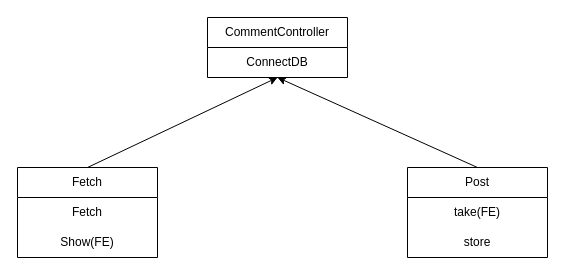
This is CommentController/CommentController.drawio from suppi147/Noteziee, a draw.io file, before an edit. Source tidied: cells renumbered, new cells numbered last; positions are measured from the earlier drawing's top-left corner, leaving out a move shared by most shapes. Both pictures are drawn from the tidied source at 100%, with x=0, y=0 at pixel (17, 17).
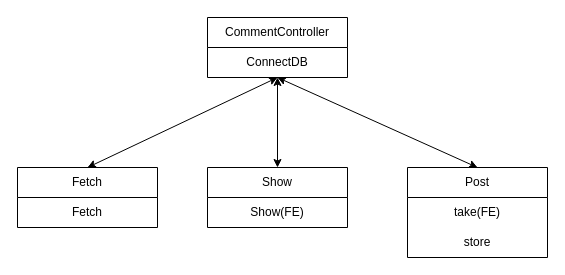
After the change.

Commit message (it also covers changes not shown here):
add show function

The edit, as a diff of the source:
```diff
@@
 <mxGraphModel>
   <root>
     <mxCell id="0" />
     <mxCell id="1" parent="0" />
     <mxCell id="2" value="CommentController" style="swimlane;fontStyle=0;horizontal=1;startSize=30;whiteSpace=wrap;html=1;" parent="1" vertex="1">
       <mxGeometry x="190" width="140" height="60" as="geometry" />
     </mxCell>
     <mxCell id="3" value="ConnectDB" style="text;html=1;strokeColor=none;fillColor=none;align=center;verticalAlign=middle;whiteSpace=wrap;rounded=0;" parent="2" vertex="1">
       <mxGeometry y="30" width="140" height="30" as="geometry" />
     </mxCell>
     <mxCell id="4" value="Fetch" style="swimlane;fontStyle=0;horizontal=1;startSize=30;whiteSpace=wrap;html=1;" parent="1" vertex="1">
-      <mxGeometry y="150" width="140" height="90" as="geometry" />
+      <mxGeometry y="150" width="140" height="60" as="geometry" />
     </mxCell>
     <mxCell id="5" value="Fetch" style="text;html=1;strokeColor=none;fillColor=none;align=center;verticalAlign=middle;whiteSpace=wrap;rounded=0;" parent="4" vertex="1">
       <mxGeometry y="30" width="140" height="30" as="geometry" />
     </mxCell>
-    <mxCell id="6" value="Show(FE)" style="text;html=1;strokeColor=none;fillColor=none;align=center;verticalAlign=middle;whiteSpace=wrap;rounded=0;" parent="4" vertex="1">
-      <mxGeometry y="60" width="140" height="30" as="geometry" />
-    </mxCell>
     <mxCell id="7" value="Post" style="swimlane;fontStyle=0;horizontal=1;startSize=30;whiteSpace=wrap;html=1;" parent="1" vertex="1">
       <mxGeometry x="390" y="150" width="140" height="90" as="geometry" />
     </mxCell>
     <mxCell id="8" value="take(FE)" style="text;html=1;strokeColor=none;fillColor=none;align=center;verticalAlign=middle;whiteSpace=wrap;rounded=0;" parent="7" vertex="1">
       <mxGeometry y="30" width="140" height="30" as="geometry" />
     </mxCell>
     <mxCell id="9" value="store" style="text;html=1;strokeColor=none;fillColor=none;align=center;verticalAlign=middle;whiteSpace=wrap;rounded=0;" parent="7" vertex="1">
       <mxGeometry y="60" width="140" height="30" as="geometry" />
     </mxCell>
-    <mxCell id="10" style="endArrow=classic;html=1;rounded=0;entryX=0.5;entryY=1;entryDx=0;entryDy=0;exitX=0.5;exitY=0;exitDx=0;exitDy=0;" parent="1" edge="1" source="4" target="2">
-      <mxGeometry relative="1" as="geometry" />
-    </mxCell>
-    <mxCell id="11" style="endArrow=classic;html=1;rounded=0;entryX=0.5;entryY=1;entryDx=0;entryDy=0;exitX=0.5;exitY=0;exitDx=0;exitDy=0;" parent="1" edge="1" source="7" target="2">
-      <mxGeometry relative="1" as="geometry" />
-    </mxCell>
+    <mxCell id="12" value="Show" style="swimlane;fontStyle=0;horizontal=1;startSize=30;whiteSpace=wrap;html=1;" parent="1" vertex="1">
+      <mxGeometry x="190" y="150" width="140" height="60" as="geometry" />
+    </mxCell>
+    <mxCell id="6" value="Show(FE)" style="text;html=1;strokeColor=none;fillColor=none;align=center;verticalAlign=middle;whiteSpace=wrap;rounded=0;" parent="12" vertex="1">
+      <mxGeometry y="30" width="140" height="30" as="geometry" />
+    </mxCell>
+    <mxCell id="13" style="endArrow=classic;startArrow=classic;html=1;rounded=0;entryX=0.5;entryY=1;entryDx=0;entryDy=0;exitX=0.5;exitY=0;exitDx=0;exitDy=0;" parent="1" edge="1" source="12" target="3">
+      <mxGeometry relative="1" as="geometry" />
+    </mxCell>
+    <mxCell id="14" style="endArrow=classic;startArrow=classic;html=1;rounded=0;entryX=0.5;entryY=1;entryDx=0;entryDy=0;exitX=0.5;exitY=0;exitDx=0;exitDy=0;" parent="1" edge="1" source="4" target="3">
+      <mxGeometry relative="1" as="geometry" />
+    </mxCell>
+    <mxCell id="15" style="endArrow=classic;startArrow=classic;html=1;rounded=0;entryX=0.5;entryY=1;entryDx=0;entryDy=0;exitX=0.5;exitY=0;exitDx=0;exitDy=0;" parent="1" edge="1" source="7" target="3">
+      <mxGeometry relative="1" as="geometry" />
+    </mxCell>
   </root>
 </mxGraphModel>
```
